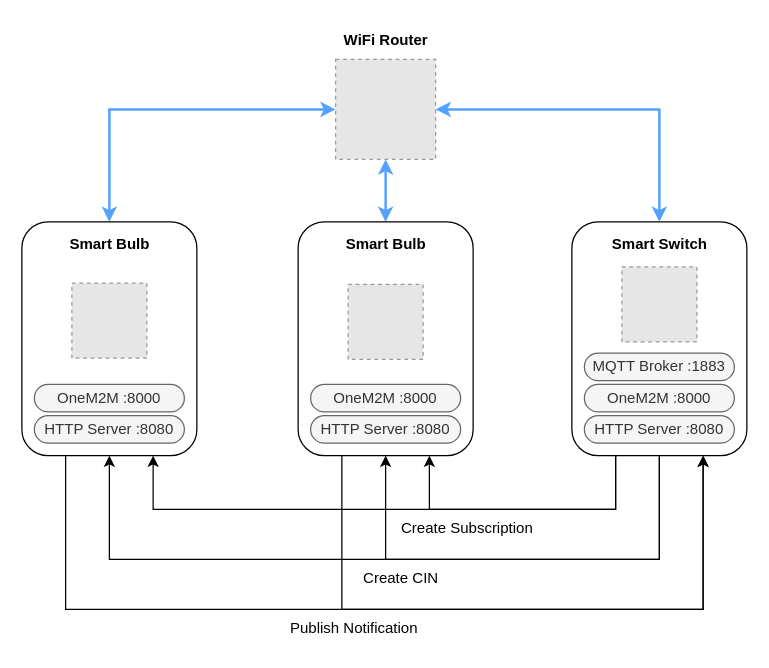
The draw.io diagram page "Architecture" (1 of 4) of assets/diagrams.drawio in daniel-carreira/smart-lighting-onem2m, before the edit. Source tidied: cells renumbered, new cells numbered last; positions are measured from the earlier drawing's top-left corner, leaving out a move shared by most shapes. Both pictures are drawn from the tidied source at 125%, with x=0, y=0 at pixel (21, 21). Pictures stored in the file or linked from it are replaced by grey dashed boxes.
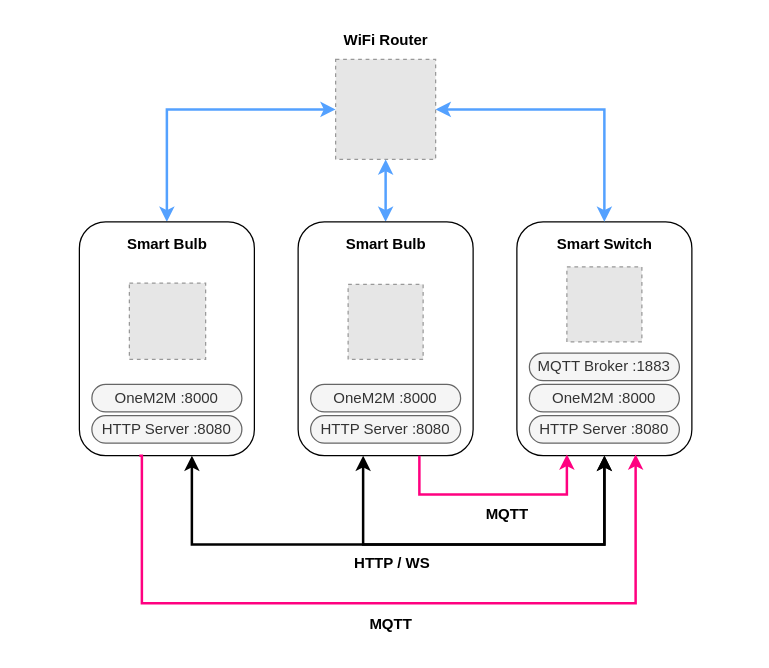
The same page after the edit.

Unchanged cells that the change refers to:
```xml
<mxCell id="2" style="fillColor=#E6E6E6;strokeColor=#999999;dashed=1;verticalLabelPosition=bottom;labelBackgroundColor=default;verticalAlign=top;" parent="1" vertex="1">
  <mxGeometry x="251" y="30" width="80" height="80" as="geometry" />
</mxCell>
<mxCell id="21" style="rounded=1;whiteSpace=wrap;html=1;" parent="1" vertex="1">
  <mxGeometry x="221" y="160" width="140" height="187" as="geometry" />
</mxCell>
```

Diff of the diagram source:
```diff
@@
-    <mxCell id="4" style="edgeStyle=orthogonalEdgeStyle;rounded=0;jettySize=auto;html=1;entryX=0.5;entryY=1;entryDx=0;entryDy=0;exitX=0.5;exitY=1;exitDx=0;exitDy=0;" parent="1" edge="1" source="8" target="21">
-      <mxGeometry relative="1" as="geometry">
-        <Array as="points">
-          <mxPoint x="510" y="430" />
-          <mxPoint x="291" y="430" />
-        </Array>
-      </mxGeometry>
-    </mxCell>
-    <mxCell id="5" style="edgeStyle=orthogonalEdgeStyle;rounded=0;jettySize=auto;html=1;entryX=0.5;entryY=1;entryDx=0;entryDy=0;exitX=0.5;exitY=1;exitDx=0;exitDy=0;" parent="1" edge="1" source="8" target="24">
-      <mxGeometry relative="1" as="geometry">
-        <Array as="points">
-          <mxPoint x="510" y="430" />
-          <mxPoint x="70" y="430" />
-        </Array>
-      </mxGeometry>
-    </mxCell>
-    <mxCell id="6" style="edgeStyle=orthogonalEdgeStyle;rounded=0;jettySize=auto;html=1;entryX=0.75;entryY=1;entryDx=0;entryDy=0;exitX=0.25;exitY=1;exitDx=0;exitDy=0;" parent="1" edge="1" source="8" target="21">
-      <mxGeometry relative="1" as="geometry">
-        <Array as="points">
-          <mxPoint x="475" y="390" />
-          <mxPoint x="326" y="390" />
-        </Array>
-      </mxGeometry>
-    </mxCell>
-    <mxCell id="7" style="edgeStyle=orthogonalEdgeStyle;rounded=0;jettySize=auto;html=1;entryX=0.75;entryY=1;entryDx=0;entryDy=0;exitX=0.25;exitY=1;exitDx=0;exitDy=0;" parent="1" edge="1" source="8" target="24">
-      <mxGeometry relative="1" as="geometry">
-        <Array as="points">
-          <mxPoint x="475" y="390" />
-          <mxPoint x="105" y="390" />
-        </Array>
-      </mxGeometry>
-    </mxCell>
     <mxCell id="8" style="rounded=1;whiteSpace=wrap;html=1;" parent="1" vertex="1">
-      <mxGeometry x="440" y="160" width="140" height="187" as="geometry" />
+      <mxGeometry x="396" y="160" width="140" height="187" as="geometry" />
     </mxCell>
     <mxCell id="9" style="edgeStyle=orthogonalEdgeStyle;rounded=0;jettySize=auto;html=1;entryX=1;entryY=0.5;entryDx=0;entryDy=0;startArrow=classic;startFill=1;strokeWidth=2;strokeColor=#54a1ff;exitX=0.5;exitY=0;exitDx=0;exitDy=0;" parent="1" edge="1" source="8" target="2">
       <mxGeometry relative="1" as="geometry">
         <Array as="points">
-          <mxPoint x="510" y="70" />
+          <mxPoint x="466" y="70" />
         </Array>
       </mxGeometry>
     </mxCell>
     <mxCell id="10" value="Smart Switch" style="text;html=1;align=center;verticalAlign=middle;strokeColor=none;fillColor=none;fontStyle=1;" parent="1" vertex="1">
-      <mxGeometry x="460" y="163" width="100" height="30" as="geometry" />
+      <mxGeometry x="416" y="163" width="100" height="30" as="geometry" />
     </mxCell>
     <mxCell id="11" style="fillColor=#E6E6E6;strokeColor=#999999;dashed=1;verticalLabelPosition=bottom;labelBackgroundColor=default;verticalAlign=top;rotation=90;" parent="1" vertex="1">
-      <mxGeometry x="480" y="196" width="60" height="60" as="geometry" />
+      <mxGeometry x="436" y="196" width="60" height="60" as="geometry" />
     </mxCell>
     <mxCell id="12" value="HTTP Server :8080" style="rounded=1;whiteSpace=wrap;html=1;arcSize=50;fillColor=#f5f5f5;fontColor=#333333;strokeColor=#666666;" parent="1" vertex="1">
-      <mxGeometry x="450" y="315" width="120" height="22" as="geometry" />
+      <mxGeometry x="406" y="315" width="120" height="22" as="geometry" />
     </mxCell>
     <mxCell id="13" value="MQTT Broker :1883" style="rounded=1;whiteSpace=wrap;html=1;arcSize=50;fillColor=#f5f5f5;fontColor=#333333;strokeColor=#666666;" parent="1" vertex="1">
-      <mxGeometry x="450" y="265" width="120" height="22" as="geometry" />
+      <mxGeometry x="406" y="265" width="120" height="22" as="geometry" />
     </mxCell>
     <mxCell id="14" style="edgeStyle=orthogonalEdgeStyle;rounded=0;jettySize=auto;html=1;entryX=0;entryY=0.5;entryDx=0;entryDy=0;startArrow=classic;startFill=1;strokeWidth=2;strokeColor=#54a1ff;exitX=0.5;exitY=0;exitDx=0;exitDy=0;" parent="1" edge="1" source="24" target="2">
       <mxGeometry relative="1" as="geometry">
         <Array as="points">
-          <mxPoint x="70" y="70" />
+          <mxPoint x="116" y="70" />
         </Array>
       </mxGeometry>
     </mxCell>
@@
-    <mxCell id="16" value="Create CIN" style="text;html=1;strokeColor=none;fillColor=none;align=center;verticalAlign=middle;whiteSpace=wrap;rounded=0;" parent="1" vertex="1">
-      <mxGeometry x="256" y="430" width="95" height="30" as="geometry" />
-    </mxCell>
-    <mxCell id="17" value="Create Subscription" style="text;html=1;strokeColor=none;fillColor=none;align=center;verticalAlign=middle;whiteSpace=wrap;rounded=0;" parent="1" vertex="1">
-      <mxGeometry x="291" y="390" width="131" height="30" as="geometry" />
-    </mxCell>
-    <mxCell id="18" style="edgeStyle=orthogonalEdgeStyle;rounded=0;jettySize=auto;html=1;entryX=0.75;entryY=1;entryDx=0;entryDy=0;exitX=0.25;exitY=1;exitDx=0;exitDy=0;" parent="1" edge="1" source="24" target="8">
-      <mxGeometry relative="1" as="geometry">
-        <Array as="points">
-          <mxPoint x="35" y="470" />
-          <mxPoint x="545" y="470" />
-        </Array>
-      </mxGeometry>
-    </mxCell>
-    <mxCell id="19" style="edgeStyle=orthogonalEdgeStyle;rounded=0;jettySize=auto;html=1;entryX=0.75;entryY=1;entryDx=0;entryDy=0;exitX=0.25;exitY=1;exitDx=0;exitDy=0;" parent="1" edge="1" source="21" target="8">
-      <mxGeometry relative="1" as="geometry">
-        <Array as="points">
-          <mxPoint x="256" y="470" />
-          <mxPoint x="545" y="470" />
-        </Array>
-      </mxGeometry>
-    </mxCell>
-    <mxCell id="20" value="Publish Notification" style="text;html=1;strokeColor=none;fillColor=none;align=center;verticalAlign=middle;whiteSpace=wrap;rounded=0;" parent="1" vertex="1">
-      <mxGeometry x="201" y="470" width="130" height="30" as="geometry" />
-    </mxCell>
@@
     <mxCell id="24" style="rounded=1;whiteSpace=wrap;html=1;" parent="1" vertex="1">
-      <mxGeometry y="160" width="140" height="187" as="geometry" />
+      <mxGeometry x="46" y="160" width="140" height="187" as="geometry" />
     </mxCell>
     <mxCell id="25" style="fillColor=#E6E6E6;strokeColor=#999999;dashed=1;verticalLabelPosition=bottom;labelBackgroundColor=default;verticalAlign=top;" parent="1" vertex="1">
-      <mxGeometry x="40" y="209" width="60" height="60" as="geometry" />
+      <mxGeometry x="86" y="209" width="61" height="61" as="geometry" />
     </mxCell>
     <mxCell id="26" value="Smart Bulb" style="text;html=1;align=center;verticalAlign=middle;strokeColor=none;fillColor=none;fontStyle=1;" parent="1" vertex="1">
-      <mxGeometry x="25" y="163" width="90" height="30" as="geometry" />
+      <mxGeometry x="71" y="163" width="90" height="30" as="geometry" />
     </mxCell>
     <mxCell id="27" value="OneM2M :8000" style="rounded=1;whiteSpace=wrap;html=1;arcSize=50;fillColor=#f5f5f5;fontColor=#333333;strokeColor=#666666;" parent="1" vertex="1">
-      <mxGeometry x="10" y="290" width="120" height="22" as="geometry" />
+      <mxGeometry x="56" y="290" width="120" height="22" as="geometry" />
     </mxCell>
     <mxCell id="28" value="OneM2M :8000" style="rounded=1;whiteSpace=wrap;html=1;arcSize=50;fillColor=#f5f5f5;fontColor=#333333;strokeColor=#666666;" parent="1" vertex="1">
-      <mxGeometry x="450" y="290" width="120" height="22" as="geometry" />
+      <mxGeometry x="406" y="290" width="120" height="22" as="geometry" />
     </mxCell>
     <mxCell id="29" value="HTTP Server :8080" style="rounded=1;whiteSpace=wrap;html=1;arcSize=50;fillColor=#f5f5f5;fontColor=#333333;strokeColor=#666666;" parent="1" vertex="1">
-      <mxGeometry x="10" y="315" width="120" height="22" as="geometry" />
+      <mxGeometry x="56" y="315" width="120" height="22" as="geometry" />
     </mxCell>
@@
+    <mxCell id="32" style="edgeStyle=orthogonalEdgeStyle;rounded=0;orthogonalLoop=1;jettySize=auto;html=1;entryX=0.369;entryY=0.998;entryDx=0;entryDy=0;exitX=0.5;exitY=1;exitDx=0;exitDy=0;strokeWidth=2;startArrow=classic;startFill=1;endArrow=classic;endFill=1;entryPerimeter=0;" parent="1" edge="1">
+      <mxGeometry relative="1" as="geometry">
+        <mxPoint x="466" y="347" as="sourcePoint" />
+        <mxPoint x="273" y="347" as="targetPoint" />
+        <Array as="points">
+          <mxPoint x="466" y="418" />
+          <mxPoint x="273" y="418" />
+        </Array>
+      </mxGeometry>
+    </mxCell>
+    <mxCell id="33" style="edgeStyle=orthogonalEdgeStyle;rounded=0;orthogonalLoop=1;jettySize=auto;html=1;exitX=0.641;exitY=1;exitDx=0;exitDy=0;strokeWidth=2;strokeColor=#FF0080;exitPerimeter=0;" parent="1" edge="1">
+      <mxGeometry relative="1" as="geometry">
+        <mxPoint x="318" y="347" as="sourcePoint" />
+        <mxPoint x="436" y="346" as="targetPoint" />
+        <Array as="points">
+          <mxPoint x="318" y="378" />
+          <mxPoint x="436" y="378" />
+          <mxPoint x="436" y="346" />
+        </Array>
+      </mxGeometry>
+    </mxCell>
+    <mxCell id="34" style="edgeStyle=orthogonalEdgeStyle;rounded=0;orthogonalLoop=1;jettySize=auto;html=1;entryX=0.68;entryY=0.997;entryDx=0;entryDy=0;exitX=0.345;exitY=1;exitDx=0;exitDy=0;strokeColor=#FF0080;strokeWidth=2;exitPerimeter=0;entryPerimeter=0;" parent="1" edge="1">
+      <mxGeometry relative="1" as="geometry">
+        <mxPoint x="94" y="347" as="sourcePoint" />
+        <mxPoint x="491" y="346" as="targetPoint" />
+        <Array as="points">
+          <mxPoint x="96" y="347" />
+          <mxPoint x="96" y="465" />
+          <mxPoint x="491" y="465" />
+        </Array>
+      </mxGeometry>
+    </mxCell>
+    <mxCell id="35" style="edgeStyle=orthogonalEdgeStyle;rounded=0;orthogonalLoop=1;jettySize=auto;html=1;exitX=0.5;exitY=1;exitDx=0;exitDy=0;strokeWidth=2;startArrow=classic;startFill=1;" parent="1" edge="1">
+      <mxGeometry relative="1" as="geometry">
+        <mxPoint x="466" y="347" as="sourcePoint" />
+        <mxPoint x="136" y="347" as="targetPoint" />
+        <Array as="points">
+          <mxPoint x="466" y="418" />
+          <mxPoint x="136" y="418" />
+          <mxPoint x="136" y="347" />
+        </Array>
+      </mxGeometry>
+    </mxCell>
+    <mxCell id="36" value="HTTP / WS" style="text;html=1;align=center;verticalAlign=middle;strokeColor=none;fillColor=none;fontStyle=1;" parent="1" vertex="1">
+      <mxGeometry x="257" y="420" width="78" height="26" as="geometry" />
+    </mxCell>
+    <mxCell id="37" value="MQTT" style="text;html=1;align=center;verticalAlign=middle;strokeColor=none;fillColor=none;fontStyle=1;" parent="1" vertex="1">
+      <mxGeometry x="269" y="469" width="52" height="26" as="geometry" />
+    </mxCell>
+    <mxCell id="38" value="MQTT" style="text;html=1;align=center;verticalAlign=middle;strokeColor=none;fillColor=none;fontStyle=1;" parent="1" vertex="1">
+      <mxGeometry x="362" y="381" width="52" height="26" as="geometry" />
+    </mxCell>
```
